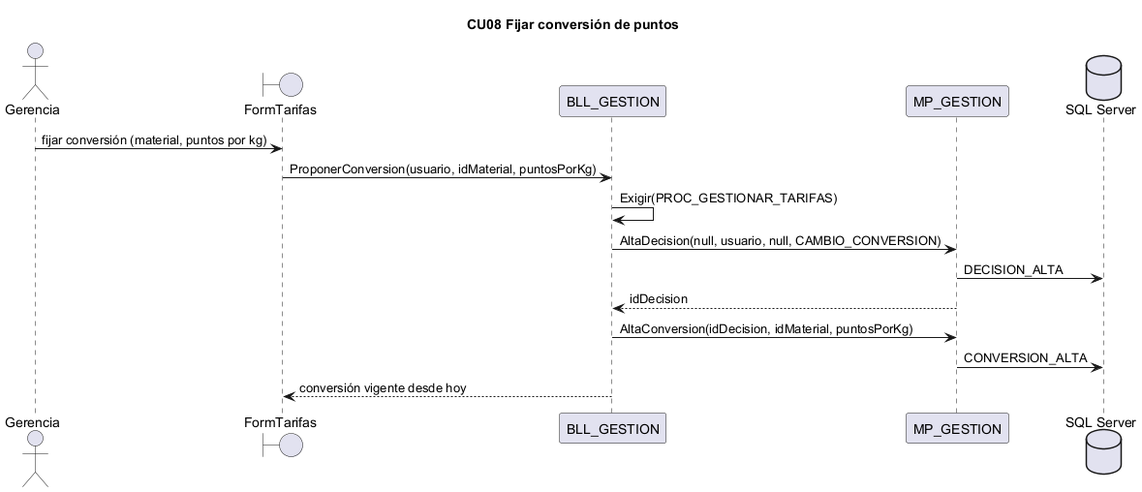
Earlier version of the PlantUML export docs/diagramas/secuencias_png/CU08.png (L-Muniz/uai-diploma_2026).
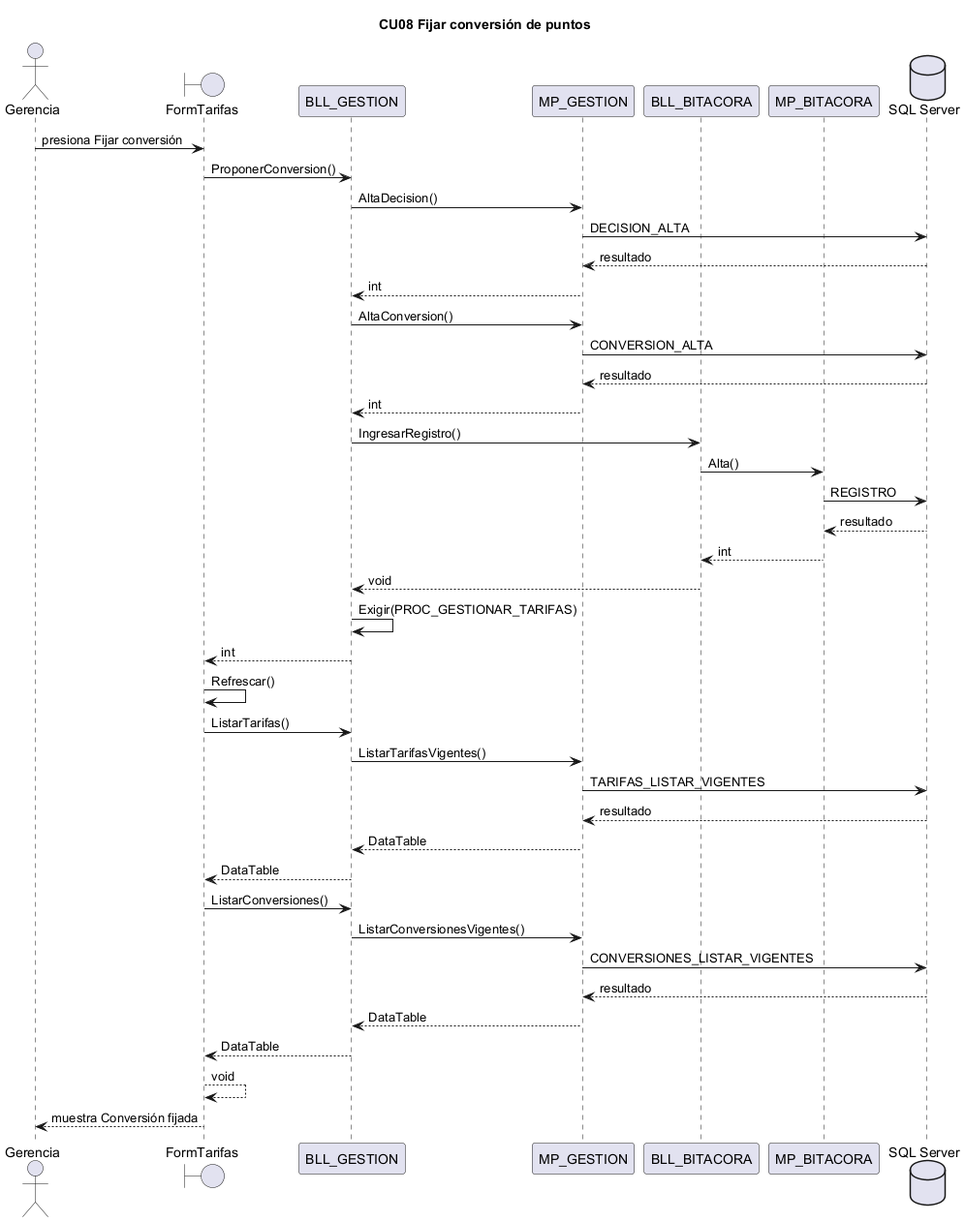
Above is the later version.

Change to the diagram source:
```diff
@@ -1,17 +1,43 @@
 @startuml CU08
 title CU08 Fijar conversión de puntos
-actor Gerencia
-boundary "FormTarifas" as IU
-participant "BLL_GESTION" as BLL
-participant "MP_GESTION" as DAL
+actor "Gerencia" as ACT
+boundary FormTarifas
+participant BLL_GESTION
+participant MP_GESTION
+participant BLL_BITACORA
+participant MP_BITACORA
 database "SQL Server" as BD
-Gerencia -> IU : fijar conversión (material, puntos por kg)
-IU -> BLL : ProponerConversion(usuario, idMaterial, puntosPorKg)
-BLL -> BLL : Exigir(PROC_GESTIONAR_TARIFAS)
-BLL -> DAL : AltaDecision(null, usuario, null, CAMBIO_CONVERSION)
-DAL -> BD : DECISION_ALTA
-DAL --> BLL : idDecision
-BLL -> DAL : AltaConversion(idDecision, idMaterial, puntosPorKg)
-DAL -> BD : CONVERSION_ALTA
-BLL --> IU : conversión vigente desde hoy
+ACT -> FormTarifas : presiona Fijar conversión
+FormTarifas -> BLL_GESTION : ProponerConversion()
+BLL_GESTION -> MP_GESTION : AltaDecision()
+MP_GESTION -> BD : DECISION_ALTA
+BD --> MP_GESTION : resultado
+MP_GESTION --> BLL_GESTION : int
+BLL_GESTION -> MP_GESTION : AltaConversion()
+MP_GESTION -> BD : CONVERSION_ALTA
+BD --> MP_GESTION : resultado
+MP_GESTION --> BLL_GESTION : int
+BLL_GESTION -> BLL_BITACORA : IngresarRegistro()
+BLL_BITACORA -> MP_BITACORA : Alta()
+MP_BITACORA -> BD : REGISTRO
+BD --> MP_BITACORA : resultado
+MP_BITACORA --> BLL_BITACORA : int
+BLL_BITACORA --> BLL_GESTION : void
+BLL_GESTION -> BLL_GESTION : Exigir(PROC_GESTIONAR_TARIFAS)
+BLL_GESTION --> FormTarifas : int
+FormTarifas -> FormTarifas : Refrescar()
+FormTarifas -> BLL_GESTION : ListarTarifas()
+BLL_GESTION -> MP_GESTION : ListarTarifasVigentes()
+MP_GESTION -> BD : TARIFAS_LISTAR_VIGENTES
+BD --> MP_GESTION : resultado
+MP_GESTION --> BLL_GESTION : DataTable
+BLL_GESTION --> FormTarifas : DataTable
+FormTarifas -> BLL_GESTION : ListarConversiones()
+BLL_GESTION -> MP_GESTION : ListarConversionesVigentes()
+MP_GESTION -> BD : CONVERSIONES_LISTAR_VIGENTES
+BD --> MP_GESTION : resultado
+MP_GESTION --> BLL_GESTION : DataTable
+BLL_GESTION --> FormTarifas : DataTable
+FormTarifas --> FormTarifas : void
+FormTarifas --> ACT : muestra Conversión fijada
 @enduml
```
